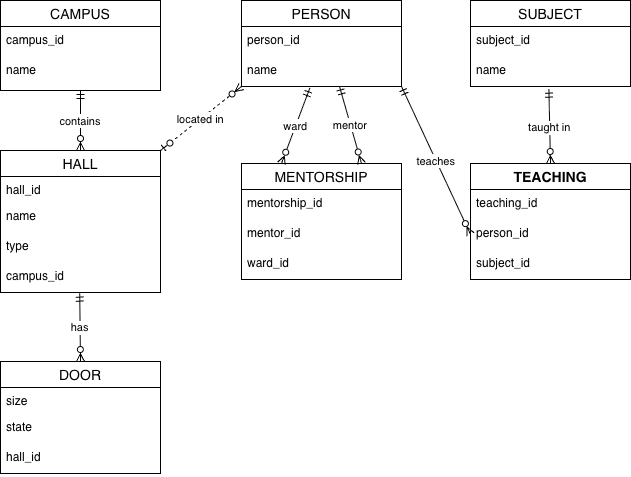
Before: Database/Labs/lab1/models/Infological Model.png, a diagram exported from draw.io (mohamedellithyyyy/ITMO-Hub). Source tidied: cells renumbered, new cells last; positions are measured from the earlier drawing's top-left corner, leaving out a move shared by most shapes. Source of this version:
```xml
<mxGraphModel>
  <root>
    <mxCell id="0" />
    <mxCell id="1" parent="0" />
    <mxCell id="2" value="CAMPUS" style="swimlane;fontStyle=0;horizontal=1;startSize=26;align=center;fontSize=14;" parent="1" vertex="1">
      <mxGeometry width="160" height="90" as="geometry" />
    </mxCell>
    <mxCell id="3" value="&lt;span style=&quot;text-align: center; text-wrap-mode: nowrap;&quot;&gt;campus_id&lt;/span&gt;" style="text;strokeColor=none;fillColor=none;spacingLeft=4;spacingRight=4;overflow=hidden;fontSize=12;whiteSpace=wrap;html=1;" parent="2" vertex="1">
      <mxGeometry y="26" width="160" height="30" as="geometry" />
    </mxCell>
    <mxCell id="4" value="name" style="text;strokeColor=none;fillColor=none;spacingLeft=4;spacingRight=4;overflow=hidden;fontSize=12;whiteSpace=wrap;html=1;" parent="2" vertex="1">
      <mxGeometry y="56" width="160" height="34" as="geometry" />
    </mxCell>
    <mxCell id="5" value="HALL" style="swimlane;fontStyle=0;horizontal=1;startSize=26;align=center;fontSize=14;" parent="1" vertex="1">
      <mxGeometry y="150" width="160" height="142" as="geometry" />
    </mxCell>
    <mxCell id="6" value="hall_id" style="text;strokeColor=none;fillColor=none;spacingLeft=4;spacingRight=4;overflow=hidden;fontSize=12;whiteSpace=wrap;html=1;" parent="5" vertex="1">
      <mxGeometry y="26" width="160" height="26" as="geometry" />
    </mxCell>
    <mxCell id="7" value="name" style="text;strokeColor=none;fillColor=none;spacingLeft=4;spacingRight=4;overflow=hidden;fontSize=12;whiteSpace=wrap;html=1;" parent="5" vertex="1">
      <mxGeometry y="52" width="160" height="30" as="geometry" />
    </mxCell>
    <mxCell id="8" value="type" style="text;strokeColor=none;fillColor=none;spacingLeft=4;spacingRight=4;overflow=hidden;fontSize=12;whiteSpace=wrap;html=1;" parent="5" vertex="1">
      <mxGeometry y="82" width="160" height="30" as="geometry" />
    </mxCell>
    <mxCell id="9" value="campus_id" style="text;strokeColor=none;fillColor=none;spacingLeft=4;spacingRight=4;overflow=hidden;points=[[0,0.5],[1,0.5]];portConstraint=eastwest;fontSize=12;whiteSpace=wrap;html=1;" parent="5" vertex="1">
      <mxGeometry y="112" width="160" height="30" as="geometry" />
    </mxCell>
    <mxCell id="10" value="contains" style="endArrow=ERzeroToMany;startArrow=ERmandOne;exitX=0.5;exitY=1;entryX=0.5;entryY=0;fontSize=11;entryDx=0;entryDy=0;exitDx=0;exitDy=0;startFill=0;rounded=1;flowAnimation=0;shadow=0;endFill=0;" parent="1" edge="1" source="2" target="5">
      <mxGeometry relative="1" as="geometry" />
    </mxCell>
    <mxCell id="11" value="DOOR" style="swimlane;fontStyle=0;horizontal=1;startSize=26;align=center;fontSize=14;" parent="1" vertex="1">
      <mxGeometry y="361" width="160" height="112" as="geometry" />
    </mxCell>
    <mxCell id="12" value="size" style="text;strokeColor=none;fillColor=none;spacingLeft=4;spacingRight=4;overflow=hidden;fontSize=12;whiteSpace=wrap;html=1;" parent="11" vertex="1">
      <mxGeometry y="26" width="160" height="26" as="geometry" />
    </mxCell>
    <mxCell id="13" value="state" style="text;strokeColor=none;fillColor=none;spacingLeft=4;spacingRight=4;overflow=hidden;fontSize=12;whiteSpace=wrap;html=1;" parent="11" vertex="1">
      <mxGeometry y="52" width="160" height="30" as="geometry" />
    </mxCell>
    <mxCell id="14" value="hall_id" style="text;strokeColor=none;fillColor=none;spacingLeft=4;spacingRight=4;overflow=hidden;fontSize=12;whiteSpace=wrap;html=1;" parent="11" vertex="1">
      <mxGeometry y="82" width="160" height="30" as="geometry" />
    </mxCell>
    <mxCell id="15" value="has" style="endArrow=ERzeroToMany;startArrow=ERmandOne;fontSize=11;endFill=0;exitX=0.495;exitY=1.021;exitDx=0;exitDy=0;exitPerimeter=0;entryX=0.5;entryY=0;entryDx=0;entryDy=0;" parent="1" edge="1" source="9" target="11">
      <mxGeometry x="0.01" relative="1" as="geometry" />
    </mxCell>
    <mxCell id="16" value="PERSON" style="swimlane;fontStyle=0;horizontal=1;startSize=26;align=center;fontSize=14;" parent="1" vertex="1">
      <mxGeometry x="241" width="160" height="86" as="geometry" />
    </mxCell>
    <mxCell id="17" value="person_id" style="text;strokeColor=none;fillColor=none;spacingLeft=4;spacingRight=4;overflow=hidden;fontSize=12;whiteSpace=wrap;html=1;" parent="16" vertex="1">
      <mxGeometry y="26" width="160" height="30" as="geometry" />
    </mxCell>
    <mxCell id="18" value="name" style="text;strokeColor=none;fillColor=none;spacingLeft=4;spacingRight=4;overflow=hidden;points=[[0,0.5],[1,0.5]];portConstraint=eastwest;fontSize=12;whiteSpace=wrap;html=1;" parent="16" vertex="1">
      <mxGeometry y="56" width="160" height="30" as="geometry" />
    </mxCell>
    <mxCell id="19" value="located in" style="endArrow=ERzeroToOne;startArrow=ERzeroToMany;fontSize=11;dashed=1;endFill=0;entryX=1;entryY=0;entryDx=0;entryDy=0;startFill=0;rounded=0;" parent="1" edge="1" target="5">
      <mxGeometry relative="1" as="geometry">
        <mxPoint x="241" y="86" as="sourcePoint" />
      </mxGeometry>
    </mxCell>
    <mxCell id="20" value="MENTORSHIP" style="swimlane;fontStyle=0;horizontal=1;startSize=26;align=center;fontSize=14;" parent="1" vertex="1">
      <mxGeometry x="241" y="163" width="160" height="116" as="geometry" />
    </mxCell>
    <mxCell id="21" value="mentorship_id" style="text;strokeColor=none;fillColor=none;spacingLeft=4;spacingRight=4;overflow=hidden;fontSize=12;whiteSpace=wrap;html=1;" parent="20" vertex="1">
      <mxGeometry y="26" width="160" height="30" as="geometry" />
    </mxCell>
    <mxCell id="22" value="mentor_id" style="text;strokeColor=none;fillColor=none;spacingLeft=4;spacingRight=4;overflow=hidden;fontSize=12;whiteSpace=wrap;html=1;" parent="20" vertex="1">
      <mxGeometry y="56" width="160" height="30" as="geometry" />
    </mxCell>
    <mxCell id="23" value="ward_id" style="text;strokeColor=none;fillColor=none;spacingLeft=4;spacingRight=4;overflow=hidden;fontSize=12;whiteSpace=wrap;html=1;" parent="20" vertex="1">
      <mxGeometry y="86" width="160" height="30" as="geometry" />
    </mxCell>
    <mxCell id="24" value="ward" style="endArrow=ERzeroToMany;startArrow=ERmandOne;entryX=0.25;entryY=0;fontSize=11;entryDx=0;entryDy=0;endFill=0;exitX=0.427;exitY=1.052;exitDx=0;exitDy=0;exitPerimeter=0;" parent="1" edge="1" source="18" target="20">
      <mxGeometry relative="1" as="geometry" />
    </mxCell>
    <mxCell id="25" value="mentor" style="endArrow=ERzeroToMany;startArrow=ERmandOne;entryX=0.75;entryY=0;fontSize=11;rounded=0;entryDx=0;entryDy=0;endFill=0;exitX=0.612;exitY=0.988;exitDx=0;exitDy=0;exitPerimeter=0;" parent="1" edge="1" source="18" target="20">
      <mxGeometry relative="1" as="geometry" />
    </mxCell>
    <mxCell id="26" value="SUBJECT" style="swimlane;fontStyle=0;horizontal=1;startSize=26;align=center;fontSize=14;" parent="1" vertex="1">
      <mxGeometry x="470" width="160" height="86" as="geometry" />
    </mxCell>
    <mxCell id="27" value="subject_id" style="text;strokeColor=none;fillColor=none;spacingLeft=4;spacingRight=4;overflow=hidden;fontSize=12;whiteSpace=wrap;html=1;" parent="26" vertex="1">
      <mxGeometry y="26" width="160" height="30" as="geometry" />
    </mxCell>
    <mxCell id="28" value="name" style="text;strokeColor=none;fillColor=none;spacingLeft=4;spacingRight=4;overflow=hidden;points=[[0,0.5],[1,0.5]];portConstraint=eastwest;fontSize=12;whiteSpace=wrap;html=1;" parent="26" vertex="1">
      <mxGeometry y="56" width="160" height="30" as="geometry" />
    </mxCell>
    <mxCell id="29" value="TEACHING" style="swimlane;fontStyle=1;horizontal=1;startSize=26;align=center;fontSize=14;" parent="1" vertex="1">
      <mxGeometry x="470" y="163" width="160" height="116" as="geometry" />
    </mxCell>
    <mxCell id="30" value="teaching_id" style="text;strokeColor=none;fillColor=none;spacingLeft=4;spacingRight=4;overflow=hidden;fontSize=12;whiteSpace=wrap;html=1;" parent="29" vertex="1">
      <mxGeometry y="26" width="160" height="30" as="geometry" />
    </mxCell>
    <mxCell id="31" value="person_id" style="text;strokeColor=none;fillColor=none;spacingLeft=4;spacingRight=4;overflow=hidden;points=[[0,0.5],[1,0.5]];portConstraint=eastwest;fontSize=12;whiteSpace=wrap;html=1;" parent="29" vertex="1">
      <mxGeometry y="56" width="160" height="30" as="geometry" />
    </mxCell>
    <mxCell id="32" value="subject_id" style="text;strokeColor=none;fillColor=none;spacingLeft=4;spacingRight=4;overflow=hidden;fontSize=12;whiteSpace=wrap;html=1;" parent="29" vertex="1">
      <mxGeometry y="86" width="160" height="30" as="geometry" />
    </mxCell>
    <mxCell id="33" value="taught in" style="endArrow=ERzeroToMany;startArrow=ERmandOne;exitX=0.49;exitY=1.088;fontSize=11;exitDx=0;exitDy=0;exitPerimeter=0;endFill=0;entryX=0.5;entryY=0;entryDx=0;entryDy=0;" parent="1" edge="1" source="28" target="29">
      <mxGeometry relative="1" as="geometry" />
    </mxCell>
    <mxCell id="34" value="teaches" style="endArrow=ERzeroToMany;startArrow=ERmandOne;entryX=0;entryY=0.5;fontSize=11;endFill=0;entryDx=0;entryDy=0;exitX=1;exitY=1;exitDx=0;exitDy=0;" parent="1" edge="1" source="16" target="31">
      <mxGeometry relative="1" as="geometry" />
    </mxCell>
  </root>
</mxGraphModel>
```
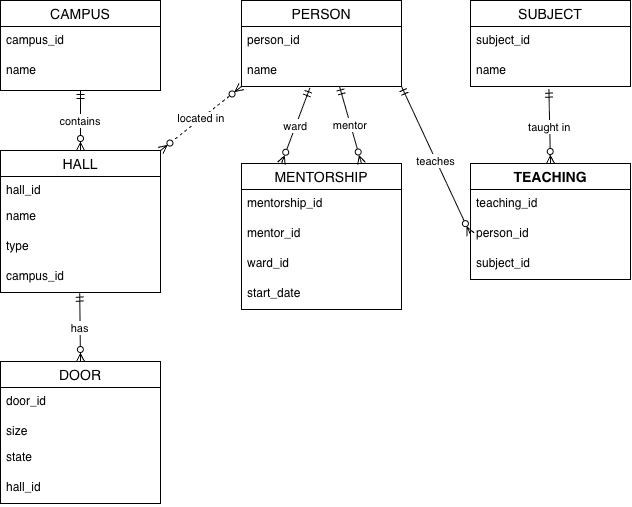
After the change.

The edit, as a diff of the source:
```diff
@@ -30,16 +30,19 @@
       <mxGeometry relative="1" as="geometry" />
     </mxCell>
     <mxCell id="11" value="DOOR" style="swimlane;fontStyle=0;horizontal=1;startSize=26;align=center;fontSize=14;" parent="1" vertex="1">
-      <mxGeometry y="361" width="160" height="112" as="geometry" />
+      <mxGeometry y="361" width="160" height="142" as="geometry" />
     </mxCell>
+    <mxCell id="35" value="door_id" style="text;strokeColor=none;fillColor=none;spacingLeft=4;spacingRight=4;overflow=hidden;fontSize=12;whiteSpace=wrap;html=1;" parent="11" vertex="1">
+      <mxGeometry y="26" width="160" height="30" as="geometry" />
+    </mxCell>
     <mxCell id="12" value="size" style="text;strokeColor=none;fillColor=none;spacingLeft=4;spacingRight=4;overflow=hidden;fontSize=12;whiteSpace=wrap;html=1;" parent="11" vertex="1">
-      <mxGeometry y="26" width="160" height="26" as="geometry" />
+      <mxGeometry y="56" width="160" height="26" as="geometry" />
     </mxCell>
     <mxCell id="13" value="state" style="text;strokeColor=none;fillColor=none;spacingLeft=4;spacingRight=4;overflow=hidden;fontSize=12;whiteSpace=wrap;html=1;" parent="11" vertex="1">
-      <mxGeometry y="52" width="160" height="30" as="geometry" />
+      <mxGeometry y="82" width="160" height="30" as="geometry" />
     </mxCell>
     <mxCell id="14" value="hall_id" style="text;strokeColor=none;fillColor=none;spacingLeft=4;spacingRight=4;overflow=hidden;fontSize=12;whiteSpace=wrap;html=1;" parent="11" vertex="1">
-      <mxGeometry y="82" width="160" height="30" as="geometry" />
+      <mxGeometry y="112" width="160" height="30" as="geometry" />
     </mxCell>
     <mxCell id="15" value="has" style="endArrow=ERzeroToMany;startArrow=ERmandOne;fontSize=11;endFill=0;exitX=0.495;exitY=1.021;exitDx=0;exitDy=0;exitPerimeter=0;entryX=0.5;entryY=0;entryDx=0;entryDy=0;" parent="1" edge="1" source="9" target="11">
       <mxGeometry x="0.01" relative="1" as="geometry" />
@@ -53,13 +56,13 @@
     <mxCell id="18" value="name" style="text;strokeColor=none;fillColor=none;spacingLeft=4;spacingRight=4;overflow=hidden;points=[[0,0.5],[1,0.5]];portConstraint=eastwest;fontSize=12;whiteSpace=wrap;html=1;" parent="16" vertex="1">
       <mxGeometry y="56" width="160" height="30" as="geometry" />
     </mxCell>
-    <mxCell id="19" value="located in" style="endArrow=ERzeroToOne;startArrow=ERzeroToMany;fontSize=11;dashed=1;endFill=0;entryX=1;entryY=0;entryDx=0;entryDy=0;startFill=0;rounded=0;" parent="1" edge="1" target="5">
+    <mxCell id="19" value="located in" style="endArrow=ERzeroToMany;startArrow=ERzeroToMany;fontSize=11;dashed=1;endFill=0;entryX=1;entryY=0;entryDx=0;entryDy=0;startFill=0;rounded=0;" parent="1" edge="1" target="5">
       <mxGeometry relative="1" as="geometry">
         <mxPoint x="241" y="86" as="sourcePoint" />
       </mxGeometry>
     </mxCell>
     <mxCell id="20" value="MENTORSHIP" style="swimlane;fontStyle=0;horizontal=1;startSize=26;align=center;fontSize=14;" parent="1" vertex="1">
-      <mxGeometry x="241" y="163" width="160" height="116" as="geometry" />
+      <mxGeometry x="241" y="163" width="160" height="146" as="geometry" />
     </mxCell>
     <mxCell id="21" value="mentorship_id" style="text;strokeColor=none;fillColor=none;spacingLeft=4;spacingRight=4;overflow=hidden;fontSize=12;whiteSpace=wrap;html=1;" parent="20" vertex="1">
       <mxGeometry y="26" width="160" height="30" as="geometry" />
@@ -70,6 +73,9 @@
     <mxCell id="23" value="ward_id" style="text;strokeColor=none;fillColor=none;spacingLeft=4;spacingRight=4;overflow=hidden;fontSize=12;whiteSpace=wrap;html=1;" parent="20" vertex="1">
       <mxGeometry y="86" width="160" height="30" as="geometry" />
     </mxCell>
+    <mxCell id="36" value="start_date" style="text;strokeColor=none;fillColor=none;spacingLeft=4;spacingRight=4;overflow=hidden;fontSize=12;whiteSpace=wrap;html=1;" parent="20" vertex="1">
+      <mxGeometry y="116" width="160" height="30" as="geometry" />
+    </mxCell>
     <mxCell id="24" value="ward" style="endArrow=ERzeroToMany;startArrow=ERmandOne;entryX=0.25;entryY=0;fontSize=11;entryDx=0;entryDy=0;endFill=0;exitX=0.427;exitY=1.052;exitDx=0;exitDy=0;exitPerimeter=0;" parent="1" edge="1" source="18" target="20">
       <mxGeometry relative="1" as="geometry" />
     </mxCell>
```
